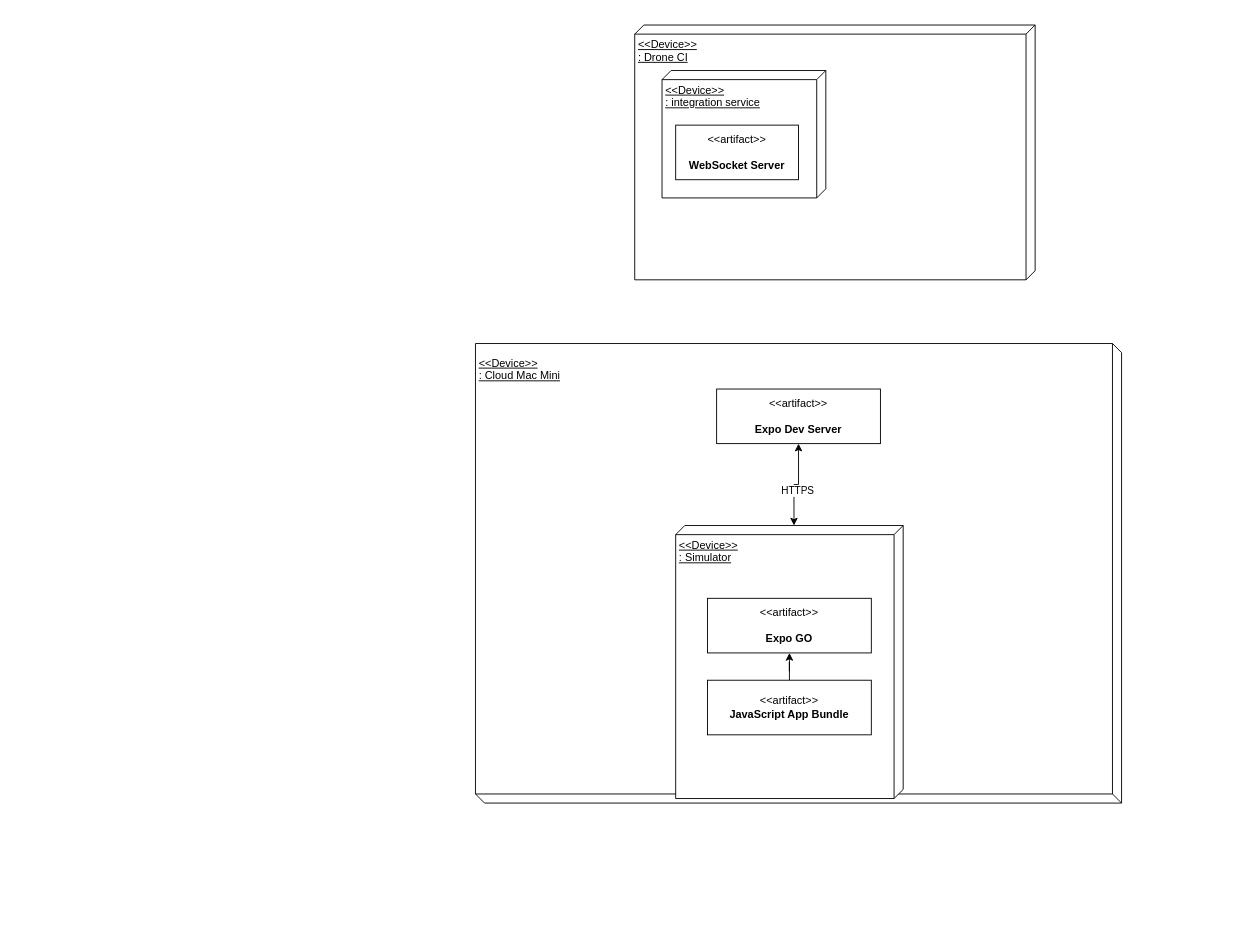
The draw.io diagram page "Physical view" (3 of 5) of 4+1.drawio in luukvankooten/draw.io, before the edit. Source tidied: cells renumbered, new cells numbered last; positions are measured from the earlier drawing's top-left corner, leaving out a move shared by most shapes. Both pictures are drawn from the tidied source at 91%, with x=0, y=0 at pixel (475, 25).
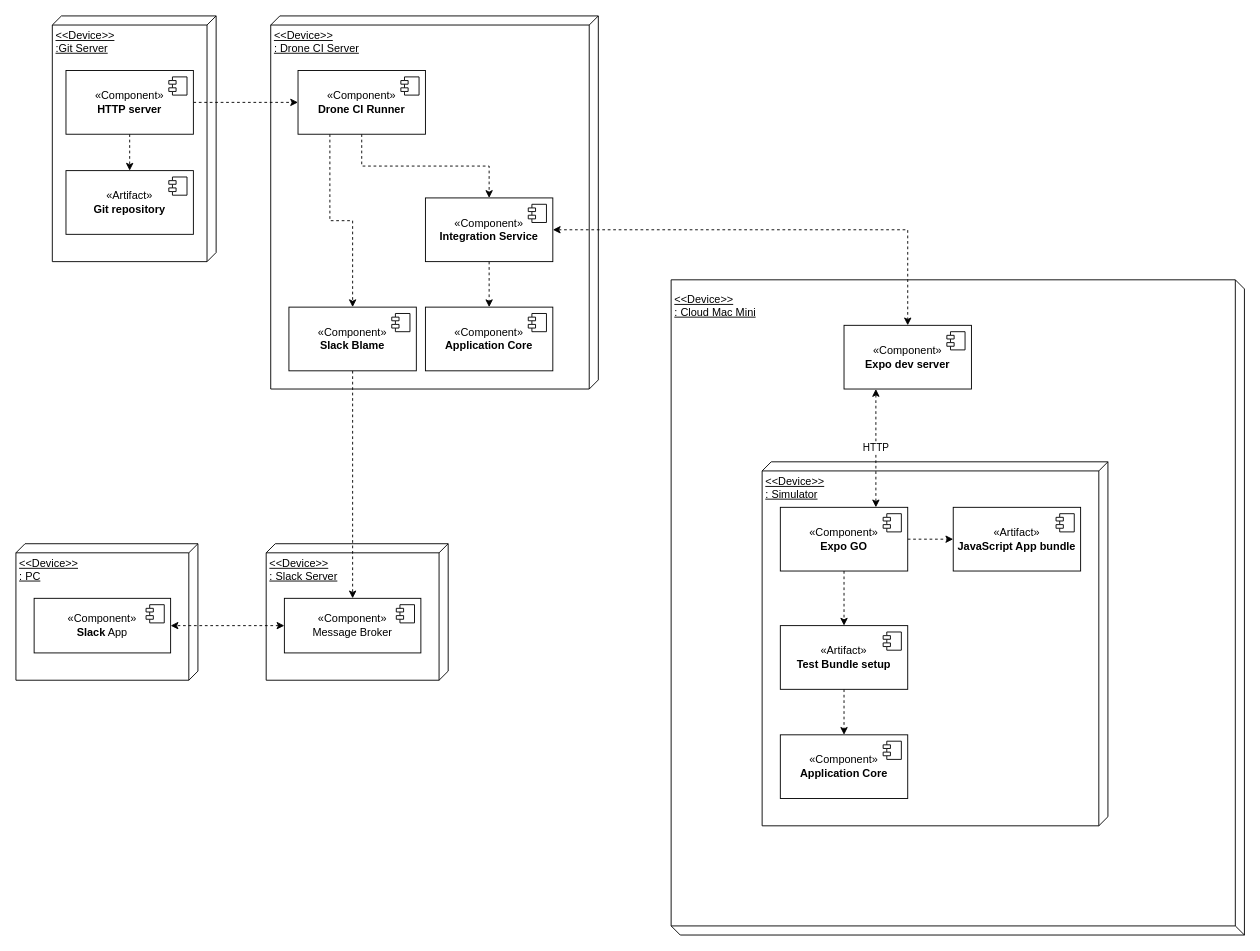
The same page after the edit.

The edit, as a diff of the source:
```diff
@@
+    <mxCell id="13" value="&amp;lt;&amp;lt;Device&amp;gt;&amp;gt;&lt;br&gt;: Slack Server" style="verticalAlign=top;align=left;spacingTop=8;spacingLeft=2;spacingRight=12;shape=cube;size=10;direction=south;fontStyle=4;html=1;whiteSpace=wrap;" parent="1" vertex="1">
+      <mxGeometry x="-230" y="570" width="200" height="150" as="geometry" />
+    </mxCell>
-    <mxCell id="2" value="&amp;lt;&amp;lt;Device&amp;gt;&amp;gt;&lt;br&gt;: Drone CI" style="verticalAlign=top;align=left;spacingTop=8;spacingLeft=2;spacingRight=12;shape=cube;size=10;direction=south;fontStyle=4;html=1;whiteSpace=wrap;" parent="1" vertex="1">
-      <mxGeometry x="175" width="440" height="280" as="geometry" />
+    <mxCell id="2" value="&amp;lt;&amp;lt;Device&amp;gt;&amp;gt;&lt;br&gt;: Drone CI Server" style="verticalAlign=top;align=left;spacingTop=8;spacingLeft=2;spacingRight=12;shape=cube;size=10;direction=south;fontStyle=4;html=1;whiteSpace=wrap;" parent="1" vertex="1">
+      <mxGeometry x="-225" y="-10" width="360" height="410" as="geometry" />
     </mxCell>
     <mxCell id="3" value="&amp;lt;&amp;lt;Device&amp;gt;&amp;gt;&lt;br&gt;: Cloud Mac Mini" style="verticalAlign=top;align=left;spacingTop=8;spacingLeft=2;spacingRight=12;shape=cube;size=10;direction=west;fontStyle=4;html=1;whiteSpace=wrap;" parent="1" vertex="1">
-      <mxGeometry y="350" width="710" height="505" as="geometry" />
+      <mxGeometry x="215" y="280" width="630" height="720" as="geometry" />
     </mxCell>
-    <mxCell id="4" value="&amp;lt;&amp;lt;Device&amp;gt;&amp;gt;&lt;br&gt;: integration service" style="verticalAlign=top;align=left;spacingTop=8;spacingLeft=2;spacingRight=12;shape=cube;size=10;direction=south;fontStyle=4;html=1;whiteSpace=wrap;" parent="1" vertex="1">
-      <mxGeometry x="205" y="50" width="180" height="140" as="geometry" />
-    </mxCell>
     <mxCell id="5" value="&amp;lt;&amp;lt;Device&amp;gt;&amp;gt;&lt;br&gt;: Simulator" style="verticalAlign=top;align=left;spacingTop=8;spacingLeft=2;spacingRight=12;shape=cube;size=10;direction=south;fontStyle=4;html=1;whiteSpace=wrap;" parent="1" vertex="1">
-      <mxGeometry x="220" y="550" width="250" height="300" as="geometry" />
+      <mxGeometry x="315" y="480" width="380" height="400" as="geometry" />
     </mxCell>
-    <mxCell id="6" value="&amp;lt;&amp;lt;artifact&amp;gt;&amp;gt;&lt;br&gt;&lt;br&gt;&lt;b&gt;Expo Dev Server&lt;br&gt;&lt;/b&gt;" style="html=1;align=center;verticalAlign=middle;dashed=0;whiteSpace=wrap;" parent="1" vertex="1">
-      <mxGeometry x="265" y="400" width="180" height="60" as="geometry" />
-    </mxCell>
-    <mxCell id="7" value="&amp;lt;&amp;lt;artifact&amp;gt;&amp;gt;&lt;br&gt;&lt;br&gt;&lt;b&gt;Expo GO&lt;br&gt;&lt;/b&gt;" style="html=1;align=center;verticalAlign=middle;dashed=0;whiteSpace=wrap;" parent="1" vertex="1">
-      <mxGeometry x="255" y="630" width="180" height="60" as="geometry" />
-    </mxCell>
-    <mxCell id="8" style="edgeStyle=orthogonalEdgeStyle;rounded=0;jettySize=auto;html=1;entryX=0.5;entryY=1;entryDx=0;entryDy=0;" parent="1" edge="1" source="9" target="7">
-      <mxGeometry relative="1" as="geometry" />
-    </mxCell>
-    <mxCell id="9" value="&amp;lt;&amp;lt;artifact&amp;gt;&amp;gt;&lt;br&gt;&lt;b&gt;JavaScript App Bundle&lt;br&gt;&lt;/b&gt;" style="html=1;align=center;verticalAlign=middle;dashed=0;whiteSpace=wrap;" parent="1" vertex="1">
-      <mxGeometry x="255" y="720" width="180" height="60" as="geometry" />
-    </mxCell>
-    <mxCell id="10" style="edgeStyle=orthogonalEdgeStyle;rounded=0;jettySize=auto;html=1;entryX=0;entryY=0;entryDx=0;entryDy=120;entryPerimeter=0;startArrow=classic;startFill=1;" parent="1" edge="1" source="6" target="5">
-      <mxGeometry relative="1" as="geometry" />
-    </mxCell>
-    <mxCell id="11" value="HTTPS" style="edgeLabel;html=1;align=center;verticalAlign=middle;" parent="10" vertex="1">
-      <mxGeometry x="0.16" y="3" relative="1" as="geometry">
-        <mxPoint y="1" as="offset" />
-      </mxGeometry>
-    </mxCell>
-    <mxCell id="12" value="&amp;lt;&amp;lt;artifact&amp;gt;&amp;gt;&lt;br&gt;&lt;br&gt;&lt;b&gt;WebSocket Server&lt;br&gt;&lt;/b&gt;" style="html=1;align=center;verticalAlign=middle;dashed=0;whiteSpace=wrap;" parent="1" vertex="1">
-      <mxGeometry x="220" y="110" width="135" height="60" as="geometry" />
-    </mxCell>
+    <mxCell id="14" value="&amp;lt;&amp;lt;Device&amp;gt;&amp;gt;&lt;br&gt;:Git Server" style="verticalAlign=top;align=left;spacingTop=8;spacingLeft=2;spacingRight=12;shape=cube;size=10;direction=south;fontStyle=4;html=1;whiteSpace=wrap;" parent="1" vertex="1">
+      <mxGeometry x="-465" y="-10" width="180" height="270" as="geometry" />
+    </mxCell>
+    <mxCell id="15" style="edgeStyle=orthogonalEdgeStyle;rounded=0;jettySize=auto;html=1;entryX=0.5;entryY=0;entryDx=0;entryDy=0;dashed=1;startArrow=classic;startFill=1;" parent="1" edge="1" source="17" target="20">
+      <mxGeometry relative="1" as="geometry" />
+    </mxCell>
+    <mxCell id="16" style="edgeStyle=orthogonalEdgeStyle;rounded=0;jettySize=auto;html=1;entryX=0.5;entryY=0;entryDx=0;entryDy=0;dashed=1;" parent="1" edge="1" source="17" target="44">
+      <mxGeometry relative="1" as="geometry" />
+    </mxCell>
+    <mxCell id="17" value="&lt;div&gt;«Component»&lt;/div&gt;&lt;div&gt;&lt;b&gt;Integration Service&lt;/b&gt;&lt;br&gt;&lt;/div&gt;" style="html=1;whiteSpace=wrap;" parent="1" vertex="1">
+      <mxGeometry x="-55" y="190" width="140" height="70" as="geometry" />
+    </mxCell>
+    <mxCell id="18" style="shape=module;jettyWidth=8;jettyHeight=4;" parent="17" vertex="1">
+      <mxGeometry x="1" width="20" height="20" relative="1" as="geometry">
+        <mxPoint x="-27" y="7" as="offset" />
+      </mxGeometry>
+    </mxCell>
+    <mxCell id="19" value="HTTP" style="edgeStyle=orthogonalEdgeStyle;rounded=0;jettySize=auto;html=1;exitX=0.25;exitY=1;exitDx=0;exitDy=0;dashed=1;startArrow=classic;startFill=1;entryX=0.75;entryY=0;entryDx=0;entryDy=0;" parent="1" edge="1" source="20" target="24">
+      <mxGeometry relative="1" as="geometry">
+        <Array as="points">
+          <mxPoint x="440" y="490" />
+          <mxPoint x="440" y="490" />
+        </Array>
+      </mxGeometry>
+    </mxCell>
+    <mxCell id="20" value="&lt;div&gt;«Component»&lt;/div&gt;&lt;div&gt;&lt;b&gt;Expo dev server&lt;/b&gt;&lt;br&gt;&lt;/div&gt;" style="html=1;whiteSpace=wrap;" parent="1" vertex="1">
+      <mxGeometry x="405" y="330" width="140" height="70" as="geometry" />
+    </mxCell>
+    <mxCell id="21" style="shape=module;jettyWidth=8;jettyHeight=4;" parent="20" vertex="1">
+      <mxGeometry x="1" width="20" height="20" relative="1" as="geometry">
+        <mxPoint x="-27" y="7" as="offset" />
+      </mxGeometry>
+    </mxCell>
+    <mxCell id="22" style="edgeStyle=orthogonalEdgeStyle;rounded=0;jettySize=auto;html=1;dashed=1;" parent="1" edge="1" source="24" target="27">
+      <mxGeometry relative="1" as="geometry" />
+    </mxCell>
+    <mxCell id="23" style="edgeStyle=orthogonalEdgeStyle;rounded=0;jettySize=auto;html=1;dashed=1;" parent="1" edge="1" source="24" target="52">
+      <mxGeometry relative="1" as="geometry" />
+    </mxCell>
+    <mxCell id="24" value="&lt;div&gt;«Component»&lt;/div&gt;&lt;div&gt;&lt;b&gt;Expo GO&lt;/b&gt;&lt;br&gt;&lt;/div&gt;" style="html=1;whiteSpace=wrap;" parent="1" vertex="1">
+      <mxGeometry x="335" y="530" width="140" height="70" as="geometry" />
+    </mxCell>
+    <mxCell id="25" style="shape=module;jettyWidth=8;jettyHeight=4;" parent="24" vertex="1">
+      <mxGeometry x="1" width="20" height="20" relative="1" as="geometry">
+        <mxPoint x="-27" y="7" as="offset" />
+      </mxGeometry>
+    </mxCell>
+    <mxCell id="26" style="edgeStyle=orthogonalEdgeStyle;rounded=0;jettySize=auto;html=1;dashed=1;" parent="1" edge="1" source="27" target="46">
+      <mxGeometry relative="1" as="geometry" />
+    </mxCell>
+    <mxCell id="27" value="&lt;div&gt;«Artifact»&lt;/div&gt;&lt;div&gt;&lt;b&gt;Test Bundle setup&lt;/b&gt;&lt;br&gt;&lt;/div&gt;" style="html=1;whiteSpace=wrap;" parent="1" vertex="1">
+      <mxGeometry x="335" y="660" width="140" height="70" as="geometry" />
+    </mxCell>
+    <mxCell id="28" style="shape=module;jettyWidth=8;jettyHeight=4;" parent="27" vertex="1">
+      <mxGeometry x="1" width="20" height="20" relative="1" as="geometry">
+        <mxPoint x="-27" y="7" as="offset" />
+      </mxGeometry>
+    </mxCell>
+    <mxCell id="29" style="edgeStyle=orthogonalEdgeStyle;rounded=0;jettySize=auto;html=1;dashed=1;" parent="1" edge="1" source="31" target="33">
+      <mxGeometry relative="1" as="geometry" />
+    </mxCell>
+    <mxCell id="30" style="edgeStyle=orthogonalEdgeStyle;rounded=0;jettySize=auto;html=1;dashed=1;" parent="1" edge="1" source="31" target="39">
+      <mxGeometry relative="1" as="geometry" />
+    </mxCell>
+    <mxCell id="31" value="&lt;div&gt;«Component»&lt;/div&gt;&lt;div&gt;&lt;b&gt;HTTP server&lt;/b&gt;&lt;br&gt;&lt;/div&gt;" style="html=1;whiteSpace=wrap;" parent="1" vertex="1">
+      <mxGeometry x="-450" y="50" width="140" height="70" as="geometry" />
+    </mxCell>
+    <mxCell id="32" style="shape=module;jettyWidth=8;jettyHeight=4;" parent="31" vertex="1">
+      <mxGeometry x="1" width="20" height="20" relative="1" as="geometry">
+        <mxPoint x="-27" y="7" as="offset" />
+      </mxGeometry>
+    </mxCell>
+    <mxCell id="33" value="&lt;div&gt;«Artifact»&lt;/div&gt;&lt;div&gt;&lt;b&gt;Git repository&lt;/b&gt;&lt;br&gt;&lt;/div&gt;" style="html=1;whiteSpace=wrap;" parent="1" vertex="1">
+      <mxGeometry x="-450" y="160" width="140" height="70" as="geometry" />
+    </mxCell>
+    <mxCell id="34" style="shape=module;jettyWidth=8;jettyHeight=4;" parent="33" vertex="1">
+      <mxGeometry x="1" width="20" height="20" relative="1" as="geometry">
+        <mxPoint x="-27" y="7" as="offset" />
+      </mxGeometry>
+    </mxCell>
+    <mxCell id="35" value="«Component»&lt;div&gt;Message Broker&lt;br&gt;&lt;/div&gt;" style="html=1;whiteSpace=wrap;" parent="1" vertex="1">
+      <mxGeometry x="-210" y="630" width="150" height="60" as="geometry" />
+    </mxCell>
+    <mxCell id="36" style="shape=module;jettyWidth=8;jettyHeight=4;" parent="35" vertex="1">
+      <mxGeometry x="1" width="20" height="20" relative="1" as="geometry">
+        <mxPoint x="-27" y="7" as="offset" />
+      </mxGeometry>
+    </mxCell>
+    <mxCell id="37" style="edgeStyle=orthogonalEdgeStyle;rounded=0;jettySize=auto;html=1;entryX=0.5;entryY=0;entryDx=0;entryDy=0;dashed=1;" parent="1" edge="1" source="39" target="17">
+      <mxGeometry relative="1" as="geometry" />
+    </mxCell>
+    <mxCell id="38" style="edgeStyle=orthogonalEdgeStyle;rounded=0;jettySize=auto;html=1;exitX=0.25;exitY=1;exitDx=0;exitDy=0;dashed=1;" parent="1" edge="1" source="39" target="49">
+      <mxGeometry relative="1" as="geometry" />
+    </mxCell>
+    <mxCell id="39" value="&lt;div&gt;«Component»&lt;/div&gt;&lt;div&gt;&lt;b&gt;Drone CI Runner&lt;/b&gt;&lt;br&gt;&lt;/div&gt;" style="html=1;whiteSpace=wrap;" parent="1" vertex="1">
+      <mxGeometry x="-195" y="50" width="140" height="70" as="geometry" />
+    </mxCell>
+    <mxCell id="40" style="shape=module;jettyWidth=8;jettyHeight=4;" parent="39" vertex="1">
+      <mxGeometry x="1" width="20" height="20" relative="1" as="geometry">
+        <mxPoint x="-27" y="7" as="offset" />
+      </mxGeometry>
+    </mxCell>
+    <mxCell id="41" value="&amp;lt;&amp;lt;Device&amp;gt;&amp;gt;&lt;br&gt;: PC" style="verticalAlign=top;align=left;spacingTop=8;spacingLeft=2;spacingRight=12;shape=cube;size=10;direction=south;fontStyle=4;html=1;whiteSpace=wrap;" parent="1" vertex="1">
+      <mxGeometry x="-505" y="570" width="200" height="150" as="geometry" />
+    </mxCell>
+    <mxCell id="42" value="&lt;div&gt;«Component»&lt;/div&gt;&lt;div&gt;&lt;b&gt;Slack&lt;/b&gt; App&lt;br&gt;&lt;/div&gt;" style="html=1;whiteSpace=wrap;" parent="1" vertex="1">
+      <mxGeometry x="-485" y="630" width="150" height="60" as="geometry" />
+    </mxCell>
+    <mxCell id="43" style="shape=module;jettyWidth=8;jettyHeight=4;" parent="42" vertex="1">
+      <mxGeometry x="1" width="20" height="20" relative="1" as="geometry">
+        <mxPoint x="-27" y="7" as="offset" />
+      </mxGeometry>
+    </mxCell>
+    <mxCell id="44" value="&lt;div&gt;«Component»&lt;/div&gt;&lt;div&gt;&lt;b&gt;Application Core&lt;/b&gt;&lt;br&gt;&lt;/div&gt;" style="html=1;whiteSpace=wrap;" parent="1" vertex="1">
+      <mxGeometry x="-55" y="310" width="140" height="70" as="geometry" />
+    </mxCell>
+    <mxCell id="45" style="shape=module;jettyWidth=8;jettyHeight=4;" parent="44" vertex="1">
+      <mxGeometry x="1" width="20" height="20" relative="1" as="geometry">
+        <mxPoint x="-27" y="7" as="offset" />
+      </mxGeometry>
+    </mxCell>
+    <mxCell id="46" value="&lt;div&gt;«Component»&lt;/div&gt;&lt;div&gt;&lt;b&gt;Application Core&lt;/b&gt;&lt;br&gt;&lt;/div&gt;" style="html=1;whiteSpace=wrap;" parent="1" vertex="1">
+      <mxGeometry x="335" y="780" width="140" height="70" as="geometry" />
+    </mxCell>
+    <mxCell id="47" style="shape=module;jettyWidth=8;jettyHeight=4;" parent="46" vertex="1">
+      <mxGeometry x="1" width="20" height="20" relative="1" as="geometry">
+        <mxPoint x="-27" y="7" as="offset" />
+      </mxGeometry>
+    </mxCell>
+    <mxCell id="48" style="edgeStyle=orthogonalEdgeStyle;rounded=0;jettySize=auto;html=1;dashed=1;" parent="1" edge="1" source="49" target="35">
+      <mxGeometry relative="1" as="geometry" />
+    </mxCell>
+    <mxCell id="49" value="&lt;div&gt;«Component»&lt;/div&gt;&lt;div&gt;&lt;b&gt;Slack Blame&lt;/b&gt;&lt;br&gt;&lt;/div&gt;" style="html=1;whiteSpace=wrap;" parent="1" vertex="1">
+      <mxGeometry x="-205" y="310" width="140" height="70" as="geometry" />
+    </mxCell>
+    <mxCell id="50" style="shape=module;jettyWidth=8;jettyHeight=4;" parent="49" vertex="1">
+      <mxGeometry x="1" width="20" height="20" relative="1" as="geometry">
+        <mxPoint x="-27" y="7" as="offset" />
+      </mxGeometry>
+    </mxCell>
+    <mxCell id="51" style="edgeStyle=orthogonalEdgeStyle;rounded=0;jettySize=auto;html=1;entryX=1;entryY=0.5;entryDx=0;entryDy=0;startArrow=classic;startFill=1;dashed=1;" parent="1" edge="1" source="35" target="42">
+      <mxGeometry relative="1" as="geometry" />
+    </mxCell>
+    <mxCell id="52" value="&lt;div&gt;«Artifact»&lt;/div&gt;&lt;div&gt;&lt;b&gt;JavaScript App bundle&lt;/b&gt;&lt;br&gt;&lt;/div&gt;" style="html=1;whiteSpace=wrap;" parent="1" vertex="1">
+      <mxGeometry x="525" y="530" width="140" height="70" as="geometry" />
+    </mxCell>
+    <mxCell id="53" style="shape=module;jettyWidth=8;jettyHeight=4;" parent="52" vertex="1">
+      <mxGeometry x="1" width="20" height="20" relative="1" as="geometry">
+        <mxPoint x="-27" y="7" as="offset" />
+      </mxGeometry>
+    </mxCell>
```
